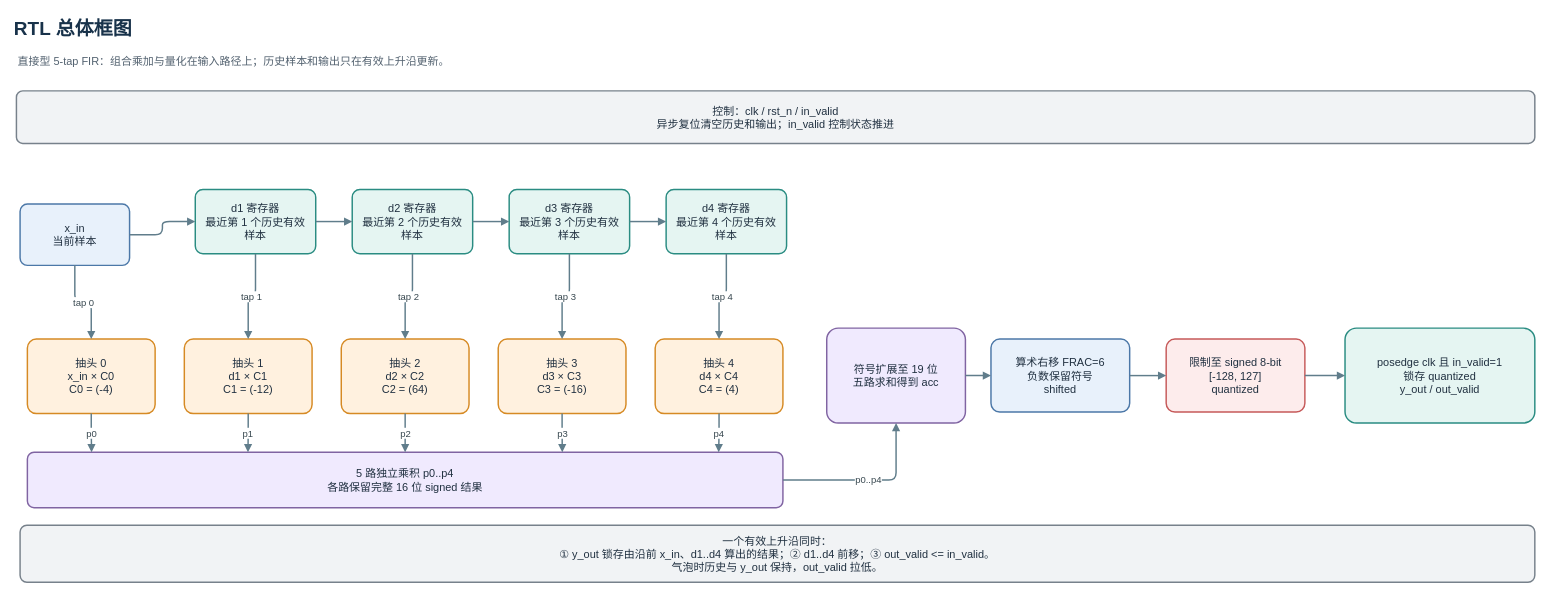
Above: page "RTL 总体框图" (1 of 4) of 标准FFE/docs/ffe_design.drawio in yuanfang11223344/FFE (draw.io), before the change. Source tidied: cells renumbered, new cells numbered last; positions are measured from the earlier drawing's top-left corner, leaving out a move shared by most shapes. Both pictures are drawn from the tidied source at 73%, with x=0, y=0 at pixel (12, 12).
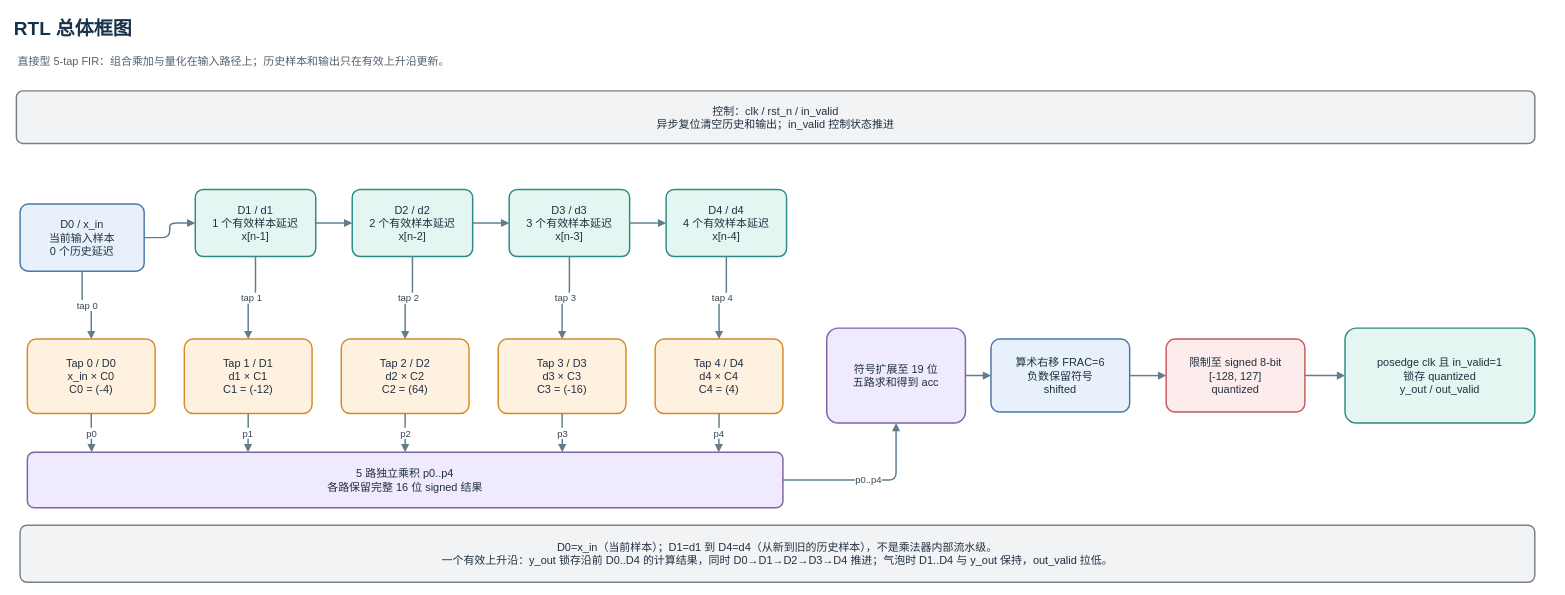
After the change.

The edit, as a diff of the source:
```diff
@@
-    <mxCell id="5" value="x_in&#10;当前样本" style="rounded=1;whiteSpace=wrap;html=1;arcSize=12;shadow=0;fillColor=#E8F1FB;strokeColor=#4C78A8;strokeWidth=2;fontFamily=PingFang SC;fontSize=15;fontColor=#203040;align=center;verticalAlign=middle;spacing=10;" parent="1" vertex="1">
-      <mxGeometry x="10" y="262" width="150" height="84" as="geometry" />
+    <mxCell id="5" value="D0 / x_in&#10;当前输入样本&#10;0 个历史延迟" style="rounded=1;whiteSpace=wrap;html=1;arcSize=12;shadow=0;fillColor=#E8F1FB;strokeColor=#4C78A8;strokeWidth=2;fontFamily=PingFang SC;fontSize=15;fontColor=#203040;align=center;verticalAlign=middle;spacing=10;" parent="1" vertex="1">
+      <mxGeometry x="10" y="262" width="170" height="92" as="geometry" />
     </mxCell>
-    <mxCell id="6" value="d1 寄存器&#10;最近第 1 个历史有效样本" style="rounded=1;whiteSpace=wrap;html=1;arcSize=12;shadow=0;fillColor=#E5F5F2;strokeColor=#2A8C82;strokeWidth=2;fontFamily=PingFang SC;fontSize=15;fontColor=#203040;align=center;verticalAlign=middle;spacing=10;" parent="1" vertex="1">
-      <mxGeometry x="250" y="242" width="165" height="88" as="geometry" />
+    <mxCell id="6" value="D1 / d1&#10;1 个有效样本延迟&#10;x[n-1]" style="rounded=1;whiteSpace=wrap;html=1;arcSize=12;shadow=0;fillColor=#E5F5F2;strokeColor=#2A8C82;strokeWidth=2;fontFamily=PingFang SC;fontSize=15;fontColor=#203040;align=center;verticalAlign=middle;spacing=10;" parent="1" vertex="1">
+      <mxGeometry x="250" y="242" width="165" height="92" as="geometry" />
     </mxCell>
-    <mxCell id="7" value="d2 寄存器&#10;最近第 2 个历史有效样本" style="rounded=1;whiteSpace=wrap;html=1;arcSize=12;shadow=0;fillColor=#E5F5F2;strokeColor=#2A8C82;strokeWidth=2;fontFamily=PingFang SC;fontSize=15;fontColor=#203040;align=center;verticalAlign=middle;spacing=10;" parent="1" vertex="1">
-      <mxGeometry x="465" y="242" width="165" height="88" as="geometry" />
+    <mxCell id="7" value="D2 / d2&#10;2 个有效样本延迟&#10;x[n-2]" style="rounded=1;whiteSpace=wrap;html=1;arcSize=12;shadow=0;fillColor=#E5F5F2;strokeColor=#2A8C82;strokeWidth=2;fontFamily=PingFang SC;fontSize=15;fontColor=#203040;align=center;verticalAlign=middle;spacing=10;" parent="1" vertex="1">
+      <mxGeometry x="465" y="242" width="165" height="92" as="geometry" />
     </mxCell>
-    <mxCell id="8" value="d3 寄存器&#10;最近第 3 个历史有效样本" style="rounded=1;whiteSpace=wrap;html=1;arcSize=12;shadow=0;fillColor=#E5F5F2;strokeColor=#2A8C82;strokeWidth=2;fontFamily=PingFang SC;fontSize=15;fontColor=#203040;align=center;verticalAlign=middle;spacing=10;" parent="1" vertex="1">
-      <mxGeometry x="680" y="242" width="165" height="88" as="geometry" />
+    <mxCell id="8" value="D3 / d3&#10;3 个有效样本延迟&#10;x[n-3]" style="rounded=1;whiteSpace=wrap;html=1;arcSize=12;shadow=0;fillColor=#E5F5F2;strokeColor=#2A8C82;strokeWidth=2;fontFamily=PingFang SC;fontSize=15;fontColor=#203040;align=center;verticalAlign=middle;spacing=10;" parent="1" vertex="1">
+      <mxGeometry x="680" y="242" width="165" height="92" as="geometry" />
     </mxCell>
-    <mxCell id="9" value="d4 寄存器&#10;最近第 4 个历史有效样本" style="rounded=1;whiteSpace=wrap;html=1;arcSize=12;shadow=0;fillColor=#E5F5F2;strokeColor=#2A8C82;strokeWidth=2;fontFamily=PingFang SC;fontSize=15;fontColor=#203040;align=center;verticalAlign=middle;spacing=10;" parent="1" vertex="1">
-      <mxGeometry x="895" y="242" width="165" height="88" as="geometry" />
+    <mxCell id="9" value="D4 / d4&#10;4 个有效样本延迟&#10;x[n-4]" style="rounded=1;whiteSpace=wrap;html=1;arcSize=12;shadow=0;fillColor=#E5F5F2;strokeColor=#2A8C82;strokeWidth=2;fontFamily=PingFang SC;fontSize=15;fontColor=#203040;align=center;verticalAlign=middle;spacing=10;" parent="1" vertex="1">
+      <mxGeometry x="895" y="242" width="165" height="92" as="geometry" />
     </mxCell>
@@
-    <mxCell id="14" value="抽头 0&#10;x_in × C0&#10;C0 = (-4)" style="rounded=1;whiteSpace=wrap;html=1;arcSize=12;shadow=0;fillColor=#FFF1DF;strokeColor=#D68A24;strokeWidth=2;fontFamily=PingFang SC;fontSize=15;fontColor=#203040;align=center;verticalAlign=middle;spacing=10;" parent="1" vertex="1">
+    <mxCell id="14" value="Tap 0 / D0&#10;x_in × C0&#10;C0 = (-4)" style="rounded=1;whiteSpace=wrap;html=1;arcSize=12;shadow=0;fillColor=#FFF1DF;strokeColor=#D68A24;strokeWidth=2;fontFamily=PingFang SC;fontSize=15;fontColor=#203040;align=center;verticalAlign=middle;spacing=10;" parent="1" vertex="1">
       <mxGeometry x="20" y="447" width="175" height="102" as="geometry" />
     </mxCell>
-    <mxCell id="15" value="抽头 1&#10;d1 × C1&#10;C1 = (-12)" style="rounded=1;whiteSpace=wrap;html=1;arcSize=12;shadow=0;fillColor=#FFF1DF;strokeColor=#D68A24;strokeWidth=2;fontFamily=PingFang SC;fontSize=15;fontColor=#203040;align=center;verticalAlign=middle;spacing=10;" parent="1" vertex="1">
+    <mxCell id="15" value="Tap 1 / D1&#10;d1 × C1&#10;C1 = (-12)" style="rounded=1;whiteSpace=wrap;html=1;arcSize=12;shadow=0;fillColor=#FFF1DF;strokeColor=#D68A24;strokeWidth=2;fontFamily=PingFang SC;fontSize=15;fontColor=#203040;align=center;verticalAlign=middle;spacing=10;" parent="1" vertex="1">
       <mxGeometry x="235" y="447" width="175" height="102" as="geometry" />
     </mxCell>
-    <mxCell id="16" value="抽头 2&#10;d2 × C2&#10;C2 = (64)" style="rounded=1;whiteSpace=wrap;html=1;arcSize=12;shadow=0;fillColor=#FFF1DF;strokeColor=#D68A24;strokeWidth=2;fontFamily=PingFang SC;fontSize=15;fontColor=#203040;align=center;verticalAlign=middle;spacing=10;" parent="1" vertex="1">
+    <mxCell id="16" value="Tap 2 / D2&#10;d2 × C2&#10;C2 = (64)" style="rounded=1;whiteSpace=wrap;html=1;arcSize=12;shadow=0;fillColor=#FFF1DF;strokeColor=#D68A24;strokeWidth=2;fontFamily=PingFang SC;fontSize=15;fontColor=#203040;align=center;verticalAlign=middle;spacing=10;" parent="1" vertex="1">
       <mxGeometry x="450" y="447" width="175" height="102" as="geometry" />
     </mxCell>
-    <mxCell id="17" value="抽头 3&#10;d3 × C3&#10;C3 = (-16)" style="rounded=1;whiteSpace=wrap;html=1;arcSize=12;shadow=0;fillColor=#FFF1DF;strokeColor=#D68A24;strokeWidth=2;fontFamily=PingFang SC;fontSize=15;fontColor=#203040;align=center;verticalAlign=middle;spacing=10;" parent="1" vertex="1">
+    <mxCell id="17" value="Tap 3 / D3&#10;d3 × C3&#10;C3 = (-16)" style="rounded=1;whiteSpace=wrap;html=1;arcSize=12;shadow=0;fillColor=#FFF1DF;strokeColor=#D68A24;strokeWidth=2;fontFamily=PingFang SC;fontSize=15;fontColor=#203040;align=center;verticalAlign=middle;spacing=10;" parent="1" vertex="1">
       <mxGeometry x="665" y="447" width="175" height="102" as="geometry" />
     </mxCell>
-    <mxCell id="18" value="抽头 4&#10;d4 × C4&#10;C4 = (4)" style="rounded=1;whiteSpace=wrap;html=1;arcSize=12;shadow=0;fillColor=#FFF1DF;strokeColor=#D68A24;strokeWidth=2;fontFamily=PingFang SC;fontSize=15;fontColor=#203040;align=center;verticalAlign=middle;spacing=10;" parent="1" vertex="1">
+    <mxCell id="18" value="Tap 4 / D4&#10;d4 × C4&#10;C4 = (4)" style="rounded=1;whiteSpace=wrap;html=1;arcSize=12;shadow=0;fillColor=#FFF1DF;strokeColor=#D68A24;strokeWidth=2;fontFamily=PingFang SC;fontSize=15;fontColor=#203040;align=center;verticalAlign=middle;spacing=10;" parent="1" vertex="1">
       <mxGeometry x="880" y="447" width="175" height="102" as="geometry" />
     </mxCell>
@@
-    <mxCell id="38" value="一个有效上升沿同时：&#10;① y_out 锁存由沿前 x_in、d1..d4 算出的结果；② d1..d4 前移；③ out_valid &lt;= in_valid。&#10;气泡时历史与 y_out 保持，out_valid 拉低。" style="rounded=1;whiteSpace=wrap;html=1;arcSize=12;shadow=0;fillColor=#F1F3F5;strokeColor=#77818B;strokeWidth=2;fontFamily=PingFang SC;fontSize=15;fontColor=#203040;align=center;verticalAlign=middle;spacing=10;" parent="1" vertex="1">
+    <mxCell id="38" value="D0=x_in（当前样本）；D1=d1 到 D4=d4（从新到旧的历史样本），不是乘法器内部流水级。&#10;一个有效上升沿：y_out 锁存沿前 D0..D4 的计算结果，同时 D0→D1→D2→D3→D4 推进；气泡时 D1..D4 与 y_out 保持，out_valid 拉低。" style="rounded=1;whiteSpace=wrap;html=1;arcSize=12;shadow=0;fillColor=#F1F3F5;strokeColor=#77818B;strokeWidth=2;fontFamily=PingFang SC;fontSize=15;fontColor=#203040;align=center;verticalAlign=middle;spacing=10;" parent="1" vertex="1">
       <mxGeometry x="10" y="702" width="2075" height="78" as="geometry" />
     </mxCell>
```
